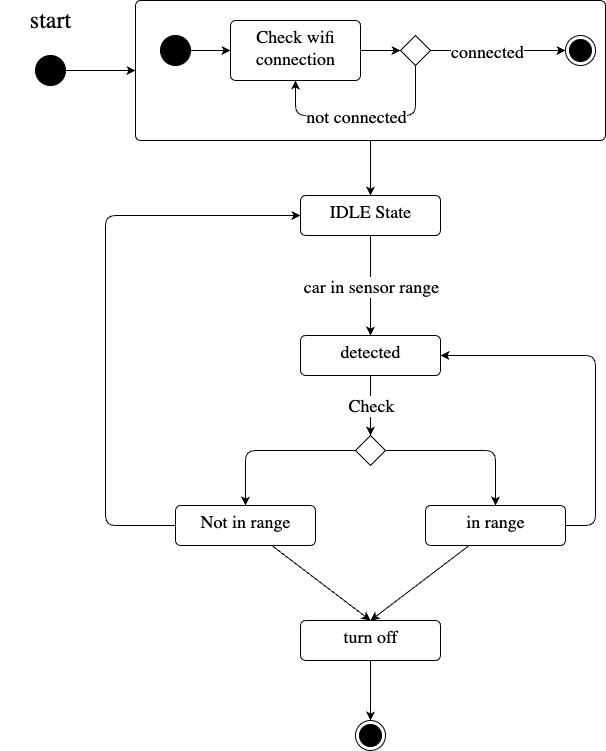
Above: src/algorithm.drawio.png in tems2548/circuit_project_1 (draw.io), before the change. Source tidied: cells renumbered, new cells last; positions are measured from the earlier drawing's top-left corner, leaving out a move shared by most shapes.
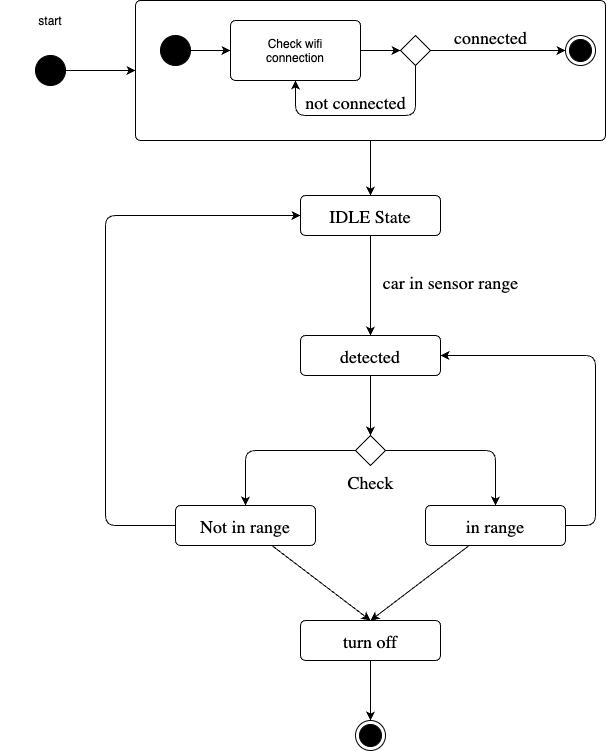
After the commit.

Diff of the diagram source:
```diff
@@ -1,35 +1,35 @@
-<mxGraphModel background="#FFFFFF">
+<mxGraphModel background="#FFFFFF" shadow="1">
   <root>
     <mxCell id="0" />
     <mxCell id="1" parent="0" />
-    <mxCell id="2" style="edgeStyle=none;html=1;exitX=1;exitY=0.5;exitDx=0;exitDy=0;entryX=0;entryY=0.5;entryDx=0;entryDy=0;" parent="1" edge="1" source="3" target="5">
+    <mxCell id="2" style="edgeStyle=none;exitX=1;exitY=0.5;exitDx=0;exitDy=0;entryX=0;entryY=0.5;entryDx=0;entryDy=0;verticalAlign=middle;labelBorderColor=none;" parent="1" edge="1" source="3" target="5">
       <mxGeometry relative="1" as="geometry" />
     </mxCell>
-    <mxCell id="3" style="ellipse;fillColor=strokeColor;" parent="1" vertex="1">
+    <mxCell id="3" style="ellipse;fillColor=strokeColor;verticalAlign=middle;labelBorderColor=none;" parent="1" vertex="1">
       <mxGeometry x="35" y="55" width="30" height="30" as="geometry" />
     </mxCell>
-    <mxCell id="4" style="edgeStyle=none;html=1;entryX=0.5;entryY=0;entryDx=0;entryDy=0;fontFamily=Lucida Console;fontSize=18;" parent="1" edge="1" source="5" target="19">
+    <mxCell id="4" style="edgeStyle=none;entryX=0.5;entryY=0;entryDx=0;entryDy=0;fontFamily=Lucida Console;fontSize=18;labelBackgroundColor=none;fontColor=default;verticalAlign=middle;labelBorderColor=none;" parent="1" edge="1" source="5" target="19">
       <mxGeometry relative="1" as="geometry" />
     </mxCell>
-    <mxCell id="5" style="html=1;align=center;verticalAlign=top;rounded=1;absoluteArcSize=1;arcSize=10;dashed=0;shadow=0;" parent="1" vertex="1">
+    <mxCell id="5" style="align=center;verticalAlign=middle;rounded=1;absoluteArcSize=1;arcSize=10;dashed=0;shadow=0;labelBackgroundColor=none;fontColor=default;labelBorderColor=none;" parent="1" vertex="1">
       <mxGeometry x="135" width="470" height="140" as="geometry" />
     </mxCell>
-    <mxCell id="6" value="&lt;font face=&quot;Lucida Console&quot; style=&quot;font-size: 24px;&quot;&gt;start&lt;/font&gt;" style="text;html=1;align=center;verticalAlign=middle;strokeColor=none;fillColor=none;" parent="1" vertex="1">
+    <mxCell id="6" value="start" style="text;align=center;verticalAlign=middle;strokeColor=none;fillColor=none;labelBorderColor=none;" parent="1" vertex="1">
       <mxGeometry width="100" height="40" as="geometry" />
     </mxCell>
-    <mxCell id="7" style="edgeStyle=none;html=1;entryX=0;entryY=0.5;entryDx=0;entryDy=0;fontFamily=Lucida Console;fontSize=24;" parent="1" edge="1" source="8" target="10">
+    <mxCell id="7" style="edgeStyle=none;entryX=0;entryY=0.5;entryDx=0;entryDy=0;fontFamily=Lucida Console;fontSize=24;labelBackgroundColor=none;fontColor=default;verticalAlign=middle;labelBorderColor=none;" parent="1" edge="1" source="8" target="10">
       <mxGeometry relative="1" as="geometry" />
     </mxCell>
-    <mxCell id="8" style="ellipse;fillColor=strokeColor;shadow=0;fontFamily=Lucida Console;fontSize=24;" parent="1" vertex="1">
+    <mxCell id="8" style="ellipse;fillColor=strokeColor;shadow=0;fontFamily=Lucida Console;fontSize=24;labelBackgroundColor=none;fontColor=default;verticalAlign=middle;labelBorderColor=none;" parent="1" vertex="1">
       <mxGeometry x="160" y="35" width="30" height="30" as="geometry" />
     </mxCell>
-    <mxCell id="9" style="edgeStyle=none;html=1;entryX=0;entryY=0.5;entryDx=0;entryDy=0;fontFamily=Lucida Console;fontSize=18;" parent="1" edge="1" source="10" target="15">
+    <mxCell id="9" style="edgeStyle=none;entryX=0;entryY=0.5;entryDx=0;entryDy=0;fontFamily=Lucida Console;fontSize=18;labelBackgroundColor=none;fontColor=default;verticalAlign=middle;labelBorderColor=none;" parent="1" edge="1" source="10" target="15">
       <mxGeometry relative="1" as="geometry" />
     </mxCell>
-    <mxCell id="10" value="&lt;span style=&quot;font-family: &amp;quot;Lucida Console&amp;quot;; font-size: 18px;&quot;&gt;Check wifi&lt;/span&gt;&lt;br style=&quot;border-color: var(--border-color); font-family: &amp;quot;Lucida Console&amp;quot;; font-size: 18px;&quot;&gt;&lt;span style=&quot;font-family: &amp;quot;Lucida Console&amp;quot;; font-size: 18px;&quot;&gt;connection&lt;/span&gt;" style="html=1;align=center;verticalAlign=top;rounded=1;absoluteArcSize=1;arcSize=10;dashed=0;shadow=0;" parent="1" vertex="1">
+    <mxCell id="10" value="Check wifi&#10;connection" style="align=center;verticalAlign=middle;rounded=1;absoluteArcSize=1;arcSize=10;dashed=0;shadow=0;labelBackgroundColor=none;fontColor=default;labelBorderColor=none;" parent="1" vertex="1">
       <mxGeometry x="230" y="20" width="130" height="60" as="geometry" />
     </mxCell>
-    <mxCell id="11" style="edgeStyle=none;html=1;entryX=0.5;entryY=1;entryDx=0;entryDy=0;fontFamily=Lucida Console;fontSize=18;" parent="1" edge="1" source="15" target="10">
+    <mxCell id="11" style="edgeStyle=none;entryX=0.5;entryY=1;entryDx=0;entryDy=0;fontFamily=Lucida Console;fontSize=18;labelBackgroundColor=none;fontColor=default;verticalAlign=middle;labelBorderColor=none;" parent="1" edge="1" source="15" target="10">
       <mxGeometry relative="1" as="geometry">
         <Array as="points">
           <mxPoint x="415" y="115" />
@@ -37,63 +37,65 @@
         </Array>
       </mxGeometry>
     </mxCell>
-    <mxCell id="12" value="not connected" style="edgeLabel;html=1;align=center;verticalAlign=middle;fontSize=18;fontFamily=Lucida Console;" parent="11" vertex="1">
+    <mxCell id="12" value="not connected" style="edgeLabel;align=center;verticalAlign=middle;fontSize=18;fontFamily=Lucida Console;labelBackgroundColor=none;fontColor=default;labelBorderColor=none;" parent="11" vertex="1">
       <mxGeometry x="0.25" y="1" relative="1" as="geometry">
-        <mxPoint x="18" as="offset" />
+        <mxPoint x="18" y="-16" as="offset" />
       </mxGeometry>
     </mxCell>
-    <mxCell id="13" style="edgeStyle=none;html=1;fontFamily=Lucida Console;fontSize=18;" parent="1" edge="1" source="15" target="16">
+    <mxCell id="13" style="edgeStyle=none;fontFamily=Lucida Console;fontSize=18;labelBackgroundColor=none;fontColor=default;verticalAlign=middle;labelBorderColor=none;" parent="1" edge="1" source="15" target="16">
       <mxGeometry relative="1" as="geometry" />
     </mxCell>
-    <mxCell id="14" value="connected" style="edgeLabel;html=1;align=center;verticalAlign=middle;fontSize=18;fontFamily=Lucida Console;" parent="13" vertex="1">
-      <mxGeometry x="-0.17" y="-1" relative="1" as="geometry" />
+    <mxCell id="14" value="connected" style="edgeLabel;align=center;verticalAlign=middle;fontSize=18;fontFamily=Lucida Console;labelBackgroundColor=none;fontColor=default;labelBorderColor=none;" parent="13" vertex="1">
+      <mxGeometry x="-0.17" y="-1" relative="1" as="geometry">
+        <mxPoint x="4" y="-16" as="offset" />
+      </mxGeometry>
     </mxCell>
-    <mxCell id="15" style="rhombus;shadow=0;fontFamily=Lucida Console;fontSize=18;" parent="1" vertex="1">
+    <mxCell id="15" style="rhombus;shadow=0;fontFamily=Lucida Console;fontSize=18;labelBackgroundColor=none;fontColor=default;verticalAlign=middle;labelBorderColor=none;" parent="1" vertex="1">
       <mxGeometry x="400" y="35" width="30" height="30" as="geometry" />
     </mxCell>
-    <mxCell id="16" style="ellipse;html=1;shape=endState;fillColor=strokeColor;shadow=0;fontFamily=Lucida Console;fontSize=18;" parent="1" vertex="1">
+    <mxCell id="16" style="ellipse;shape=endState;fillColor=strokeColor;shadow=0;fontFamily=Lucida Console;fontSize=18;labelBackgroundColor=none;fontColor=default;verticalAlign=middle;labelBorderColor=none;" parent="1" vertex="1">
       <mxGeometry x="565" y="35" width="30" height="30" as="geometry" />
     </mxCell>
-    <mxCell id="17" style="edgeStyle=none;html=1;entryX=0.5;entryY=0;entryDx=0;entryDy=0;fontFamily=Lucida Console;fontSize=18;" parent="1" edge="1" source="19" target="22">
+    <mxCell id="17" style="edgeStyle=none;entryX=0.5;entryY=0;entryDx=0;entryDy=0;fontFamily=Lucida Console;fontSize=18;labelBackgroundColor=none;fontColor=default;verticalAlign=middle;labelBorderColor=none;" parent="1" edge="1" source="19" target="22">
       <mxGeometry relative="1" as="geometry" />
     </mxCell>
-    <mxCell id="18" value="car in sensor range" style="edgeLabel;html=1;align=center;verticalAlign=middle;fontSize=18;fontFamily=Lucida Console;" parent="17" vertex="1">
+    <mxCell id="18" value="car in sensor range" style="edgeLabel;align=center;verticalAlign=middle;fontSize=18;fontFamily=Lucida Console;labelBackgroundColor=none;fontColor=default;labelBorderColor=none;" parent="17" vertex="1">
       <mxGeometry x="0.34" relative="1" as="geometry">
-        <mxPoint y="-16" as="offset" />
+        <mxPoint x="80" y="-22" as="offset" />
       </mxGeometry>
     </mxCell>
-    <mxCell id="19" value="IDLE State" style="html=1;align=center;verticalAlign=top;rounded=1;absoluteArcSize=1;arcSize=10;dashed=0;shadow=0;fontFamily=Lucida Console;fontSize=18;" parent="1" vertex="1">
+    <mxCell id="19" value="IDLE State" style="align=center;verticalAlign=middle;rounded=1;absoluteArcSize=1;arcSize=10;dashed=0;shadow=0;fontFamily=Lucida Console;fontSize=18;labelBackgroundColor=none;fontColor=default;labelBorderColor=none;" parent="1" vertex="1">
       <mxGeometry x="300" y="195" width="140" height="40" as="geometry" />
     </mxCell>
-    <mxCell id="20" style="edgeStyle=none;html=1;entryX=0.5;entryY=0;entryDx=0;entryDy=0;fontFamily=Lucida Console;fontSize=18;" parent="1" edge="1" source="22" target="25">
+    <mxCell id="20" style="edgeStyle=none;entryX=0.5;entryY=0;entryDx=0;entryDy=0;fontFamily=Lucida Console;fontSize=18;labelBackgroundColor=none;fontColor=default;verticalAlign=middle;labelBorderColor=none;" parent="1" edge="1" source="22" target="25">
       <mxGeometry relative="1" as="geometry" />
     </mxCell>
-    <mxCell id="21" value="Check" style="edgeLabel;html=1;align=center;verticalAlign=middle;fontSize=18;fontFamily=Lucida Console;" parent="20" vertex="1">
+    <mxCell id="21" value="Check" style="edgeLabel;align=center;verticalAlign=middle;fontSize=18;fontFamily=Lucida Console;labelBackgroundColor=none;fontColor=default;labelBorderColor=none;" parent="20" vertex="1">
       <mxGeometry x="-0.67" y="1" relative="1" as="geometry">
-        <mxPoint x="-1" y="20" as="offset" />
+        <mxPoint x="-1" y="95" as="offset" />
       </mxGeometry>
     </mxCell>
-    <mxCell id="22" value="detected" style="html=1;align=center;verticalAlign=top;rounded=1;absoluteArcSize=1;arcSize=10;dashed=0;shadow=0;fontFamily=Lucida Console;fontSize=18;" parent="1" vertex="1">
+    <mxCell id="22" value="detected" style="align=center;verticalAlign=middle;rounded=1;absoluteArcSize=1;arcSize=10;dashed=0;shadow=0;fontFamily=Lucida Console;fontSize=18;labelBackgroundColor=none;fontColor=default;labelBorderColor=none;" parent="1" vertex="1">
       <mxGeometry x="300" y="335" width="140" height="40" as="geometry" />
     </mxCell>
-    <mxCell id="23" style="edgeStyle=none;html=1;entryX=0.5;entryY=0;entryDx=0;entryDy=0;fontFamily=Lucida Console;fontSize=18;" parent="1" edge="1" source="25" target="31">
+    <mxCell id="23" style="edgeStyle=none;entryX=0.5;entryY=0;entryDx=0;entryDy=0;fontFamily=Lucida Console;fontSize=18;labelBackgroundColor=none;fontColor=default;verticalAlign=middle;labelBorderColor=none;" parent="1" edge="1" source="25" target="31">
       <mxGeometry relative="1" as="geometry">
         <Array as="points">
           <mxPoint x="245" y="450" />
         </Array>
       </mxGeometry>
     </mxCell>
-    <mxCell id="24" style="edgeStyle=none;html=1;fontFamily=Lucida Console;fontSize=18;entryX=0.5;entryY=0;entryDx=0;entryDy=0;" parent="1" edge="1" source="25" target="28">
+    <mxCell id="24" style="edgeStyle=none;fontFamily=Lucida Console;fontSize=18;entryX=0.5;entryY=0;entryDx=0;entryDy=0;labelBackgroundColor=none;fontColor=default;verticalAlign=middle;labelBorderColor=none;" parent="1" edge="1" source="25" target="28">
       <mxGeometry relative="1" as="geometry">
         <Array as="points">
           <mxPoint x="495" y="450" />
         </Array>
       </mxGeometry>
     </mxCell>
-    <mxCell id="25" style="rhombus;shadow=0;fontFamily=Lucida Console;fontSize=18;" parent="1" vertex="1">
+    <mxCell id="25" style="rhombus;shadow=0;fontFamily=Lucida Console;fontSize=18;labelBackgroundColor=none;fontColor=default;verticalAlign=middle;labelBorderColor=none;" parent="1" vertex="1">
       <mxGeometry x="355" y="435" width="30" height="30" as="geometry" />
     </mxCell>
-    <mxCell id="26" style="edgeStyle=none;html=1;entryX=1;entryY=0.5;entryDx=0;entryDy=0;fontFamily=Lucida Console;fontSize=18;" parent="1" edge="1" source="28" target="22">
+    <mxCell id="26" style="edgeStyle=none;entryX=1;entryY=0.5;entryDx=0;entryDy=0;fontFamily=Lucida Console;fontSize=18;labelBackgroundColor=none;fontColor=default;verticalAlign=middle;labelBorderColor=none;" parent="1" edge="1" source="28" target="22">
       <mxGeometry relative="1" as="geometry">
         <Array as="points">
           <mxPoint x="595" y="525" />
@@ -101,13 +103,13 @@
         </Array>
       </mxGeometry>
     </mxCell>
-    <mxCell id="27" style="edgeStyle=none;html=1;entryX=0.5;entryY=0;entryDx=0;entryDy=0;fontFamily=Lucida Console;fontSize=18;" parent="1" edge="1" source="28" target="33">
+    <mxCell id="27" style="edgeStyle=none;entryX=0.5;entryY=0;entryDx=0;entryDy=0;fontFamily=Lucida Console;fontSize=18;labelBackgroundColor=none;fontColor=default;verticalAlign=middle;labelBorderColor=none;" parent="1" edge="1" source="28" target="33">
       <mxGeometry relative="1" as="geometry" />
     </mxCell>
-    <mxCell id="28" value="in range" style="html=1;align=center;verticalAlign=top;rounded=1;absoluteArcSize=1;arcSize=10;dashed=0;shadow=0;fontFamily=Lucida Console;fontSize=18;" parent="1" vertex="1">
+    <mxCell id="28" value="in range" style="align=center;verticalAlign=middle;rounded=1;absoluteArcSize=1;arcSize=10;dashed=0;shadow=0;fontFamily=Lucida Console;fontSize=18;labelBackgroundColor=none;fontColor=default;labelBorderColor=none;" parent="1" vertex="1">
       <mxGeometry x="425" y="505" width="140" height="40" as="geometry" />
     </mxCell>
-    <mxCell id="29" style="edgeStyle=none;html=1;entryX=0;entryY=0.5;entryDx=0;entryDy=0;fontFamily=Lucida Console;fontSize=18;" parent="1" edge="1" source="31" target="19">
+    <mxCell id="29" style="edgeStyle=none;entryX=0;entryY=0.5;entryDx=0;entryDy=0;fontFamily=Lucida Console;fontSize=18;verticalAlign=middle;labelBorderColor=none;" parent="1" edge="1" source="31" target="19">
       <mxGeometry relative="1" as="geometry">
         <Array as="points">
           <mxPoint x="105" y="525" />
@@ -115,19 +117,19 @@
         </Array>
       </mxGeometry>
     </mxCell>
-    <mxCell id="30" style="edgeStyle=none;html=1;entryX=0.5;entryY=0;entryDx=0;entryDy=0;fontFamily=Lucida Console;fontSize=18;" parent="1" edge="1" source="31" target="33">
+    <mxCell id="30" style="edgeStyle=none;entryX=0.5;entryY=0;entryDx=0;entryDy=0;fontFamily=Lucida Console;fontSize=18;labelBackgroundColor=none;fontColor=default;verticalAlign=middle;labelBorderColor=none;" parent="1" edge="1" source="31" target="33">
       <mxGeometry relative="1" as="geometry" />
     </mxCell>
-    <mxCell id="31" value="Not in range" style="html=1;align=center;verticalAlign=top;rounded=1;absoluteArcSize=1;arcSize=10;dashed=0;shadow=0;fontFamily=Lucida Console;fontSize=18;" parent="1" vertex="1">
+    <mxCell id="31" value="Not in range" style="align=center;verticalAlign=middle;rounded=1;absoluteArcSize=1;arcSize=10;dashed=0;shadow=0;fontFamily=Lucida Console;fontSize=18;labelBackgroundColor=none;fontColor=default;labelBorderColor=none;" parent="1" vertex="1">
       <mxGeometry x="175" y="505" width="140" height="40" as="geometry" />
     </mxCell>
-    <mxCell id="32" style="edgeStyle=none;html=1;entryX=0.5;entryY=0;entryDx=0;entryDy=0;fontFamily=Lucida Console;fontSize=18;" parent="1" edge="1" source="33" target="34">
+    <mxCell id="32" style="edgeStyle=none;entryX=0.5;entryY=0;entryDx=0;entryDy=0;fontFamily=Lucida Console;fontSize=18;labelBackgroundColor=none;fontColor=default;verticalAlign=middle;labelBorderColor=none;" parent="1" edge="1" source="33" target="34">
       <mxGeometry relative="1" as="geometry" />
     </mxCell>
-    <mxCell id="33" value="turn off" style="html=1;align=center;verticalAlign=top;rounded=1;absoluteArcSize=1;arcSize=10;dashed=0;shadow=0;fontFamily=Lucida Console;fontSize=18;" parent="1" vertex="1">
+    <mxCell id="33" value="turn off" style="align=center;verticalAlign=middle;rounded=1;absoluteArcSize=1;arcSize=10;dashed=0;shadow=0;fontFamily=Lucida Console;fontSize=18;labelBackgroundColor=none;fontColor=default;labelBorderColor=none;" parent="1" vertex="1">
       <mxGeometry x="300" y="620" width="140" height="40" as="geometry" />
     </mxCell>
-    <mxCell id="34" style="ellipse;html=1;shape=endState;fillColor=strokeColor;shadow=0;fontFamily=Lucida Console;fontSize=18;" parent="1" vertex="1">
+    <mxCell id="34" style="ellipse;shape=endState;fillColor=strokeColor;shadow=0;fontFamily=Lucida Console;fontSize=18;verticalAlign=middle;labelBorderColor=none;" parent="1" vertex="1">
       <mxGeometry x="355" y="720" width="30" height="30" as="geometry" />
     </mxCell>
   </root>
```
